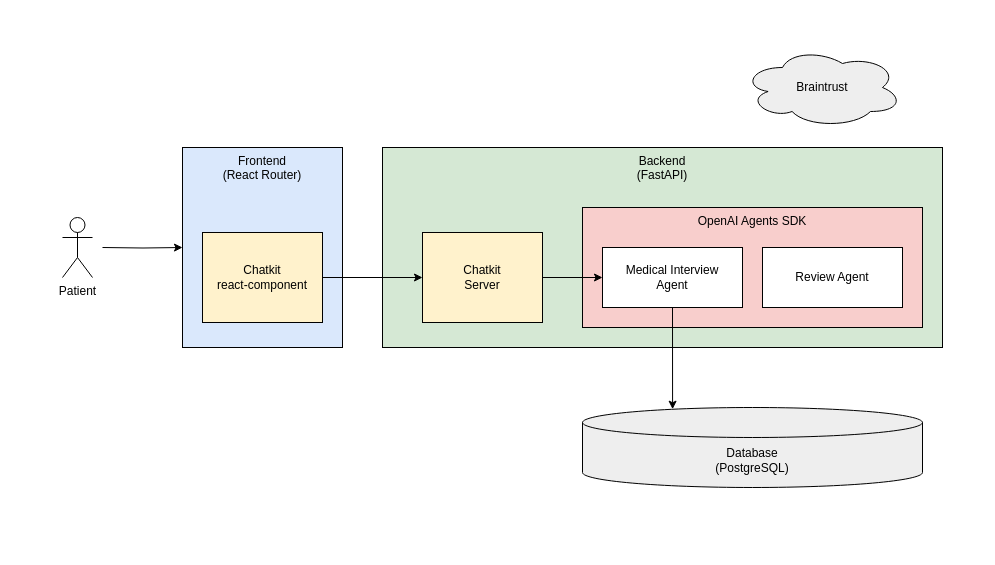
Earlier version of the draw.io diagram SystemDiagram.drawio (KATORI1010/prodapt-capstone-medical-appointment). Source tidied: cells renumbered, new cells numbered last; positions are measured from the earlier drawing's top-left corner, leaving out a move shared by most shapes. Both pictures are drawn from the tidied source at 100%, with x=0, y=0 at pixel (62, 47).
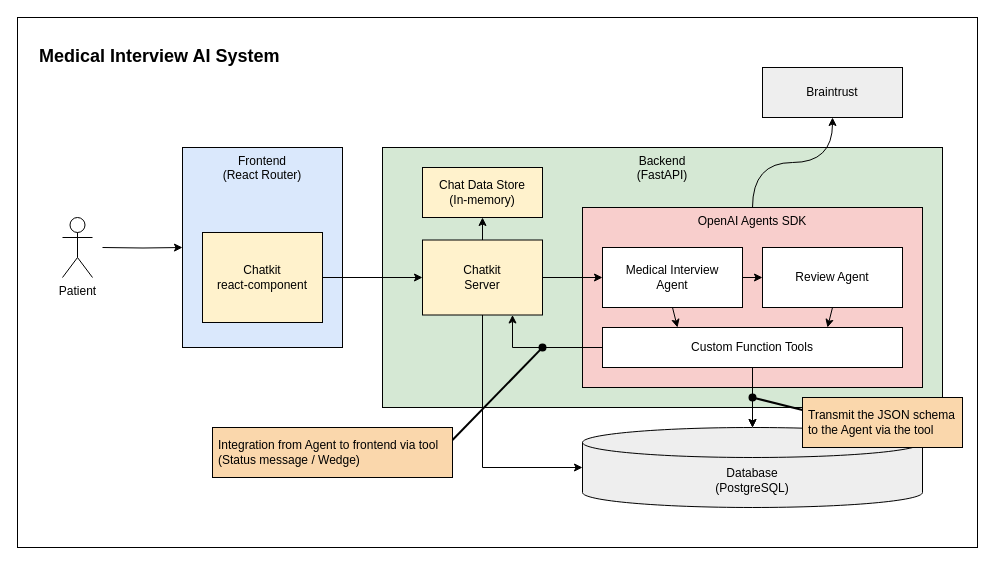
The same page after the edit.

Commit message (it also covers changes not shown here):
Added system architecture

Unchanged cells that the change refers to:
```xml
<mxCell id="8" value="Review Agent" style="rounded=0;whiteSpace=wrap;html=1;" parent="1" vertex="1">
  <mxGeometry x="700" y="200" width="140" height="60" as="geometry" />
</mxCell>
<mxCell id="10" value="Medical Interview&lt;br&gt;Agent" style="rounded=0;whiteSpace=wrap;html=1;" parent="1" vertex="1">
  <mxGeometry x="540" y="200" width="140" height="60" as="geometry" />
</mxCell>
```

Diff of the diagram source:
```diff
@@
+    <mxCell id="16" value="&lt;div&gt;&lt;span style=&quot;background-color: transparent; color: light-dark(rgb(0, 0, 0), rgb(255, 255, 255));&quot;&gt;&lt;br&gt;&lt;/span&gt;&lt;/div&gt;&lt;div&gt;&lt;span style=&quot;background-color: transparent; color: light-dark(rgb(0, 0, 0), rgb(255, 255, 255));&quot;&gt;&amp;nbsp; &amp;nbsp; Medical Interview AI System&lt;/span&gt;&lt;/div&gt;" style="rounded=1;whiteSpace=wrap;html=1;arcSize=0;verticalAlign=top;align=left;fontSize=18;fontStyle=1;" parent="1" vertex="1">
+      <mxGeometry x="-45" y="-30" width="960" height="530" as="geometry" />
+    </mxCell>
@@
     <mxCell id="5" value="Backend&lt;br&gt;(FastAPI)" style="rounded=0;whiteSpace=wrap;html=1;verticalAlign=top;fillColor=#d5e8d4;strokeColor=#000000;fontStyle=0;" parent="1" vertex="1">
-      <mxGeometry x="320" y="100" width="560" height="200" as="geometry" />
+      <mxGeometry x="320" y="100" width="560" height="260" as="geometry" />
     </mxCell>
     <mxCell id="6" value="Chatkit&lt;br&gt;Server" style="rounded=0;whiteSpace=wrap;html=1;fillColor=#fff2cc;strokeColor=#000000;" parent="1" vertex="1">
-      <mxGeometry x="360" y="185" width="120" height="90" as="geometry" />
+      <mxGeometry x="360" y="192.5" width="120" height="75" as="geometry" />
     </mxCell>
     <mxCell id="7" value="OpenAI Agents SDK" style="rounded=0;whiteSpace=wrap;html=1;verticalAlign=top;fillColor=#f8cecc;strokeColor=default;" parent="1" vertex="1">
-      <mxGeometry x="520" y="160" width="340" height="120" as="geometry" />
+      <mxGeometry x="520" y="160" width="340" height="180" as="geometry" />
     </mxCell>
@@
     <mxCell id="9" value="Database&lt;div&gt;(PostgreSQL)&lt;/div&gt;" style="shape=cylinder3;whiteSpace=wrap;html=1;boundedLbl=1;backgroundOutline=1;size=15;fillColor=#EEEEEE;" parent="1" vertex="1">
-      <mxGeometry x="520" y="360" width="340" height="80" as="geometry" />
+      <mxGeometry x="520" y="380" width="340" height="80" as="geometry" />
     </mxCell>
@@
-    <mxCell id="14" style="endArrow=classic;html=1;rounded=0;exitX=0.5;exitY=1;exitDx=0;exitDy=0;entryX=0.265;entryY=0.021;entryDx=0;entryDy=0;entryPerimeter=0;" parent="1" edge="1" source="10" target="9">
-      <mxGeometry relative="1" as="geometry" />
-    </mxCell>
+    <mxCell id="17" style="edgeStyle=orthogonalEdgeStyle;rounded=0;jettySize=auto;html=1;" parent="1" edge="1" source="18" target="9">
+      <mxGeometry relative="1" as="geometry" />
+    </mxCell>
+    <mxCell id="18" value="Custom Function Tools" style="rounded=0;whiteSpace=wrap;spacing=0;html=1;verticalAlign=middle;convertToSvg=0;" parent="1" vertex="1">
+      <mxGeometry x="540" y="280" width="300" height="40" as="geometry" />
+    </mxCell>
+    <mxCell id="19" style="endArrow=classic;html=1;rounded=0;exitX=0.5;exitY=1;exitDx=0;exitDy=0;entryX=0.25;entryY=0;entryDx=0;entryDy=0;" parent="1" edge="1" source="10" target="18">
+      <mxGeometry relative="1" as="geometry" />
+    </mxCell>
+    <mxCell id="20" style="endArrow=classic;html=1;rounded=0;exitX=0;exitY=0.5;exitDx=0;exitDy=0;entryX=0.75;entryY=1;entryDx=0;entryDy=0;edgeStyle=orthogonalEdgeStyle;" parent="1" edge="1" source="18" target="6">
+      <mxGeometry relative="1" as="geometry" />
+    </mxCell>
+    <mxCell id="21" style="endArrow=classic;html=1;rounded=0;exitX=0.5;exitY=1;exitDx=0;exitDy=0;entryX=0.5;entryY=0;entryDx=0;entryDy=0;entryPerimeter=0;" parent="1" edge="1" source="18" target="9">
+      <mxGeometry relative="1" as="geometry" />
+    </mxCell>
+    <mxCell id="22" style="endArrow=classic;html=1;rounded=0;exitX=1;exitY=0.5;exitDx=0;exitDy=0;entryX=0;entryY=0.5;entryDx=0;entryDy=0;" parent="1" edge="1" source="10" target="8">
+      <mxGeometry relative="1" as="geometry" />
+    </mxCell>
-    <mxCell id="15" value="Braintrust" style="ellipse;shape=cloud;whiteSpace=wrap;html=1;fillColor=#EEEEEE;" parent="1" vertex="1">
-      <mxGeometry x="680" width="160" height="80" as="geometry" />
+    <mxCell id="15" value="Braintrust" style="rounded=0;whiteSpace=wrap;html=1;fillColor=#EEEEEE;" parent="1" vertex="1">
+      <mxGeometry x="700" y="20" width="140" height="50" as="geometry" />
     </mxCell>
+    <mxCell id="23" style="endArrow=classic;html=1;rounded=0;exitX=0.5;exitY=0;exitDx=0;exitDy=0;entryX=0.5;entryY=1;entryDx=0;entryDy=0;edgeStyle=orthogonalEdgeStyle;curved=1;" parent="1" edge="1" source="7" target="15">
+      <mxGeometry relative="1" as="geometry" />
+    </mxCell>
+    <mxCell id="24" value="Transmit the JSON schema to the Agent via the tool" style="rounded=0;whiteSpace=wrap;html=1;fillColor=#fad7ac;strokeColor=#000000;spacing=6;align=left;" parent="1" vertex="1">
+      <mxGeometry x="740" y="350" width="160" height="50" as="geometry" />
+    </mxCell>
+    <mxCell id="25" style="endArrow=none;html=1;rounded=0;entryX=0;entryY=0.25;entryDx=0;entryDy=0;startArrow=oval;startFill=1;strokeColor=#000000;strokeWidth=2;" parent="1" edge="1" target="24">
+      <mxGeometry relative="1" as="geometry">
+        <mxPoint x="690" y="350" as="sourcePoint" />
+      </mxGeometry>
+    </mxCell>
+    <mxCell id="26" value="&lt;p&gt;Integration from Agent to frontend via tool&lt;br&gt;(Status message / Wedge)&lt;/p&gt;" style="rounded=0;whiteSpace=wrap;html=1;fillColor=#fad7ac;strokeColor=#000000;spacing=6;align=left;" parent="1" vertex="1">
+      <mxGeometry x="150" y="380" width="240" height="50" as="geometry" />
+    </mxCell>
+    <mxCell id="27" value="Chat Data Store&lt;div&gt;(In-memory)&lt;/div&gt;" style="rounded=0;whiteSpace=wrap;html=1;fillColor=#fff2cc;strokeColor=#000000;" parent="1" vertex="1">
+      <mxGeometry x="360" y="120" width="120" height="50" as="geometry" />
+    </mxCell>
+    <mxCell id="28" style="endArrow=classic;html=1;rounded=0;exitX=0.5;exitY=0;exitDx=0;exitDy=0;entryX=0.5;entryY=1;entryDx=0;entryDy=0;" parent="1" edge="1" source="6" target="27">
+      <mxGeometry relative="1" as="geometry" />
+    </mxCell>
+    <mxCell id="29" style="endArrow=classic;html=1;rounded=0;exitX=0.5;exitY=1;exitDx=0;exitDy=0;entryX=0;entryY=0.5;entryDx=0;entryDy=0;edgeStyle=orthogonalEdgeStyle;entryPerimeter=0;" parent="1" edge="1" source="6" target="9">
+      <mxGeometry relative="1" as="geometry" />
+    </mxCell>
+    <mxCell id="30" style="endArrow=none;html=1;rounded=0;entryX=1;entryY=0.25;entryDx=0;entryDy=0;startArrow=oval;startFill=1;strokeColor=#000000;strokeWidth=2;" parent="1" edge="1" target="26">
+      <mxGeometry relative="1" as="geometry">
+        <mxPoint x="480" y="300" as="sourcePoint" />
+      </mxGeometry>
+    </mxCell>
+    <mxCell id="31" style="endArrow=classic;html=1;rounded=0;exitX=0.5;exitY=1;exitDx=0;exitDy=0;entryX=0.75;entryY=0;entryDx=0;entryDy=0;" parent="1" edge="1" source="8" target="18">
+      <mxGeometry relative="1" as="geometry" />
+    </mxCell>
```
